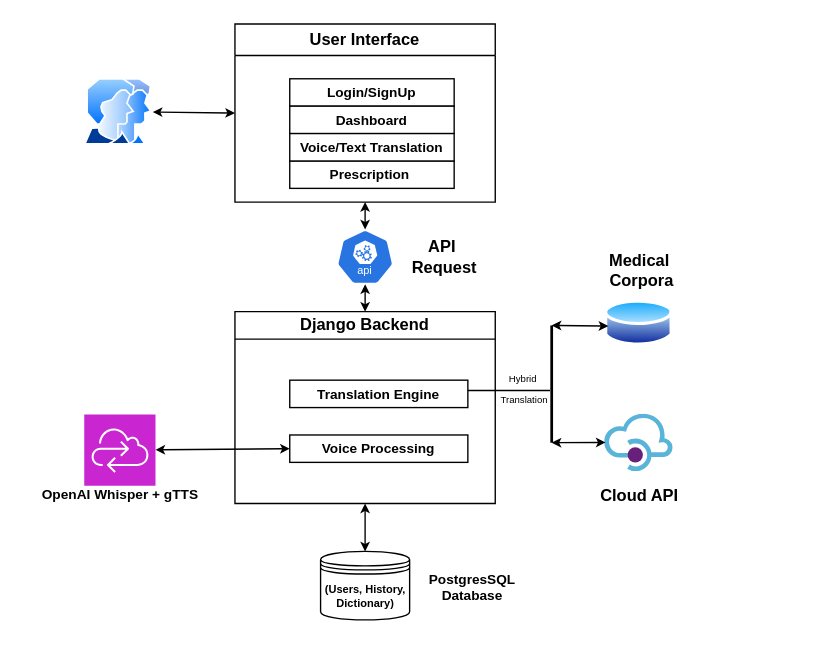
The draw.io diagram System Architecture.drawio in HariniRavi490/Translation_app_diagrams, before the edit. Source tidied: cells renumbered, new cells numbered last; positions are measured from the earlier drawing's top-left corner, leaving out a move shared by most shapes. Both pictures are drawn from the tidied source at 137%, with x=0, y=0 at pixel (23, 23).
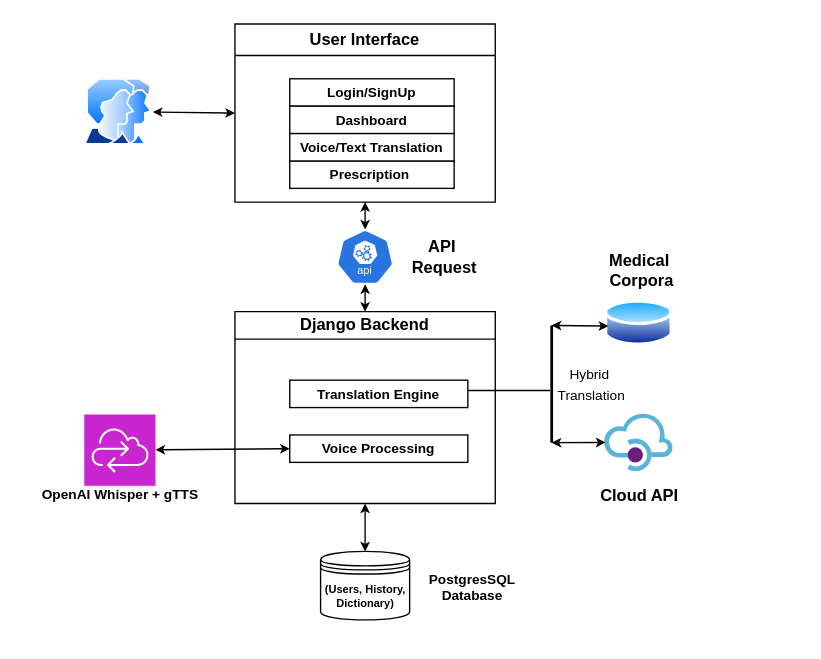
After the change.

The edit, as a diff of the source:
```diff
@@
-    <mxCell id="31" value="&lt;font style=&quot;font-size: 7px;&quot;&gt;Hybrid&amp;nbsp;&lt;/font&gt;&lt;div&gt;&lt;font style=&quot;font-size: 7px;&quot;&gt;Translation&lt;/font&gt;&lt;/div&gt;" style="text;html=1;align=center;verticalAlign=middle;strokeColor=none;fillColor=none;" parent="1" vertex="1">
-      <mxGeometry x="334.8" y="245" width="60" height="40" as="geometry" />
+    <mxCell id="31" value="&lt;font style=&quot;font-size: 10px;&quot;&gt;Hybrid&amp;nbsp;&lt;/font&gt;&lt;div&gt;&lt;font style=&quot;font-size: 10px;&quot;&gt;Translation&lt;/font&gt;&lt;/div&gt;" style="text;html=1;align=center;verticalAlign=middle;strokeColor=none;fillColor=none;rotation=0;" parent="1" vertex="1">
+      <mxGeometry x="379" y="242.8" width="70" height="40" as="geometry" />
     </mxCell>
```
